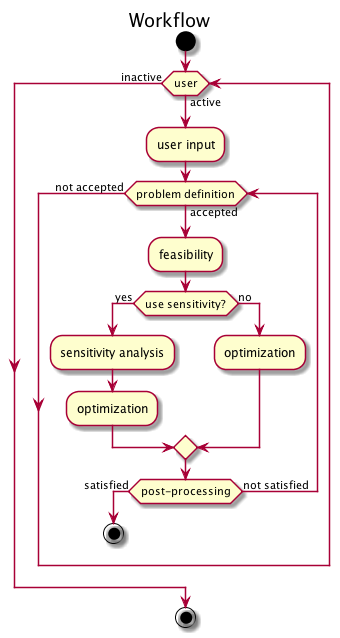
Earlier version of the PlantUML export Presentation/IMSM_Workflow.png (timothodge/IMSM_Sandia_2015).
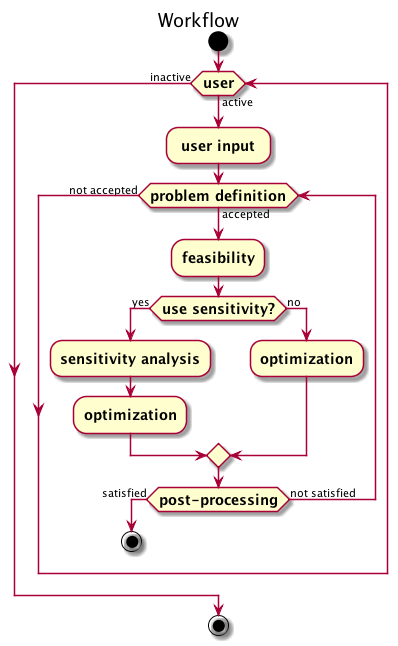
After the change.

Commit message:
Presentation workflow bolded, and also Report revisions.

Diff of the diagram source:
```diff
@@ -3,18 +3,18 @@
 
 start
 
-while (user) is (active)
-	:user input;
-	while (problem definition) is (accepted)
-		:feasibility;
-		if (use sensitivity?) then (yes)
-			:sensitivity analysis;
-			:optimization;
+while (<b><size:14>user</b>) is (active)
+	:<b><size:14> user input </b>;
+	while (<b><size:14>problem definition</b>) is (accepted)
+		:<b><size:14>feasibility</b>;
+		if (<b><size:14>use sensitivity?</b>) then (yes)
+			:<b><size:14>sensitivity analysis</b>;
+			:<b><size:14>optimization</b>;
 		else (no)
-		:optimization;
+		:<b><size:14>optimization</b>;
 		endif
 
-		if(post-processing) then (satisfied)
+		if(<b><size:14>post-processing</b>) then (satisfied)
 			stop
 		else (not satisfied)
 
```
